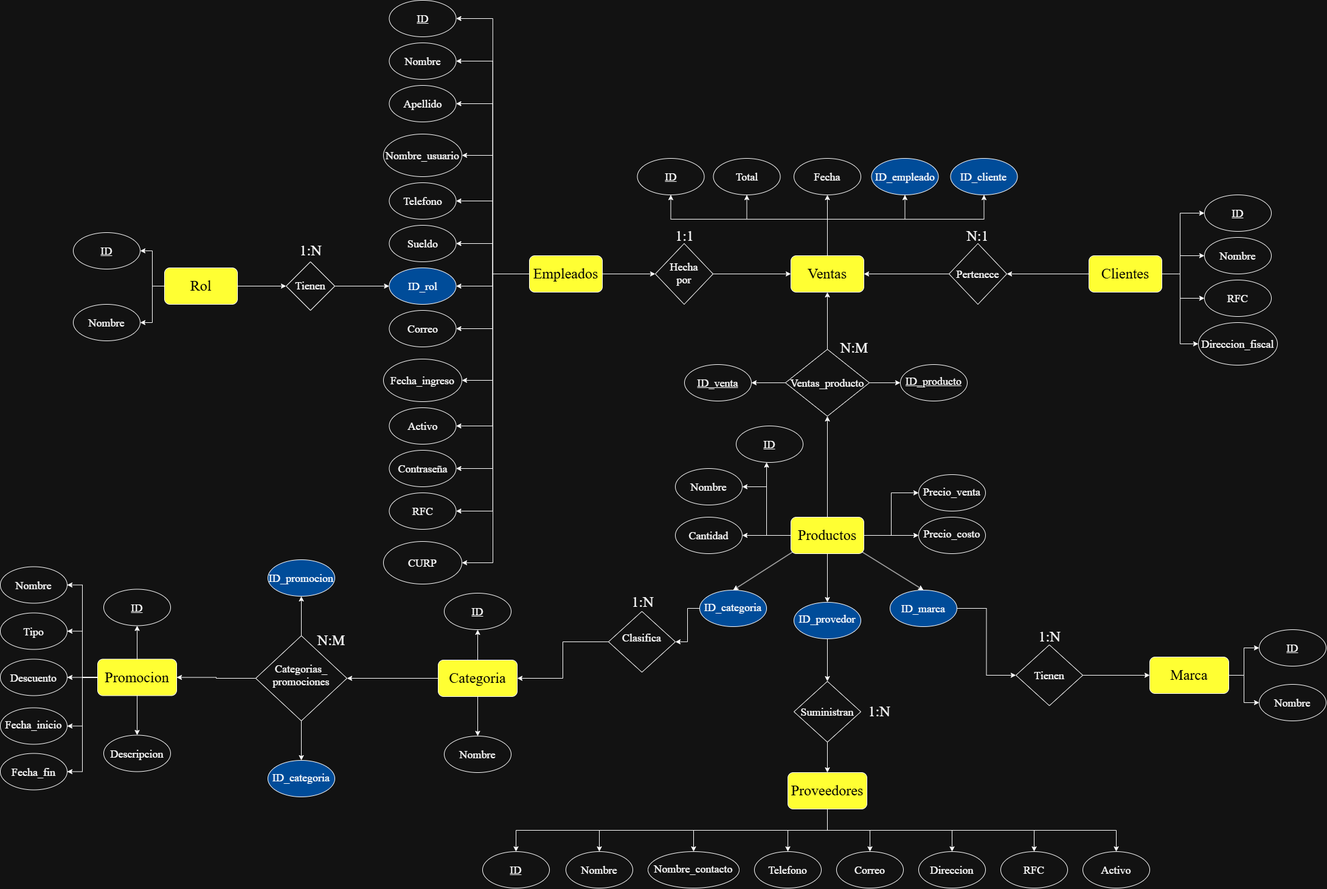
The draw.io diagram documents/Diagrama entidad relacion.png in Organizacion-Base-de-datos/Proyecto-bases-de-datos, before a commit. Source tidied: cells renumbered, new cells last; positions are measured from the earlier drawing's top-left corner, leaving out a move shared by most shapes.
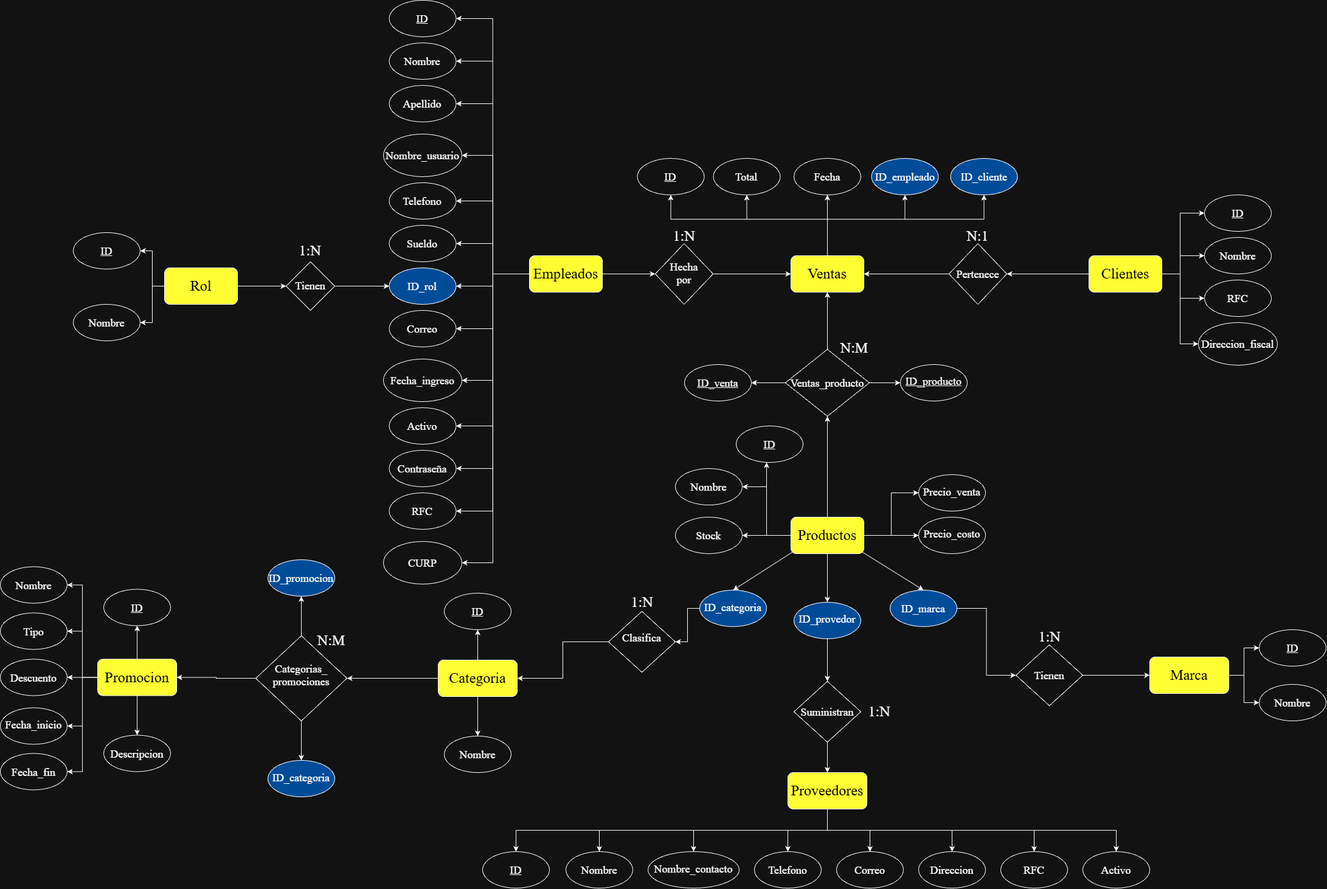
Above is the later version.

Commit message:
Actualizacion de diagrama

The edit, as a diff of the source:
```diff
@@ -128,7 +128,7 @@
     <mxCell id="38" value="&lt;font face=&quot;Times New Roman&quot;&gt;&lt;span style=&quot;font-size: 18px;&quot;&gt;Hecha por&lt;/span&gt;&lt;/font&gt;" style="rhombus;whiteSpace=wrap;html=1;shapeInside=1;" parent="1" vertex="1">
       <mxGeometry x="1077" y="400" width="95" height="100" as="geometry" />
     </mxCell>
-    <mxCell id="39" value="&lt;font face=&quot;Times New Roman&quot; style=&quot;font-size: 24px;&quot;&gt;1:1&lt;/font&gt;" style="text;html=1;whiteSpace=wrap;strokeColor=none;fillColor=none;align=center;verticalAlign=middle;rounded=0;" parent="1" vertex="1">
+    <mxCell id="39" value="&lt;font face=&quot;Times New Roman&quot; style=&quot;font-size: 24px;&quot;&gt;1:N&lt;/font&gt;" style="text;html=1;whiteSpace=wrap;strokeColor=none;fillColor=none;align=center;verticalAlign=middle;rounded=0;" parent="1" vertex="1">
       <mxGeometry x="1090.5" y="370" width="69" height="36" as="geometry" />
     </mxCell>
     <mxCell id="40" style="endArrow=classic;html=1;rounded=0;defaultLabelBackgroundColor=page;exitX=1;exitY=0.5;exitDx=0;exitDy=0;entryX=0;entryY=0.5;entryDx=0;entryDy=0;" parent="1" edge="1" source="2" target="38">
@@ -317,7 +317,7 @@
     <mxCell id="88" style="endArrow=classic;html=1;rounded=0;defaultLabelBackgroundColor=page;entryX=0.5;entryY=0;entryDx=0;entryDy=0;exitX=1;exitY=1;exitDx=0;exitDy=0;" parent="1" edge="1" source="70" target="87">
       <mxGeometry relative="1" as="geometry" />
     </mxCell>
-    <mxCell id="89" value="&lt;font face=&quot;Times New Roman&quot;&gt;&lt;span style=&quot;font-size: 18px;&quot;&gt;Cantidad&lt;/span&gt;&lt;/font&gt;" style="ellipse;whiteSpace=wrap;html=1;shapeInside=1;" parent="1" vertex="1">
+    <mxCell id="89" value="&lt;font face=&quot;Times New Roman&quot;&gt;&lt;span style=&quot;font-size: 18px;&quot;&gt;Stock&lt;/span&gt;&lt;/font&gt;" style="ellipse;whiteSpace=wrap;html=1;shapeInside=1;" parent="1" vertex="1">
       <mxGeometry x="1110" y="850" width="110" height="60" as="geometry" />
     </mxCell>
     <mxCell id="90" value="&lt;font face=&quot;Times New Roman&quot;&gt;&lt;span style=&quot;font-size: 18px;&quot;&gt;Precio_costo&lt;/span&gt;&lt;/font&gt;" style="ellipse;whiteSpace=wrap;html=1;shapeInside=1;" parent="1" vertex="1">
```
